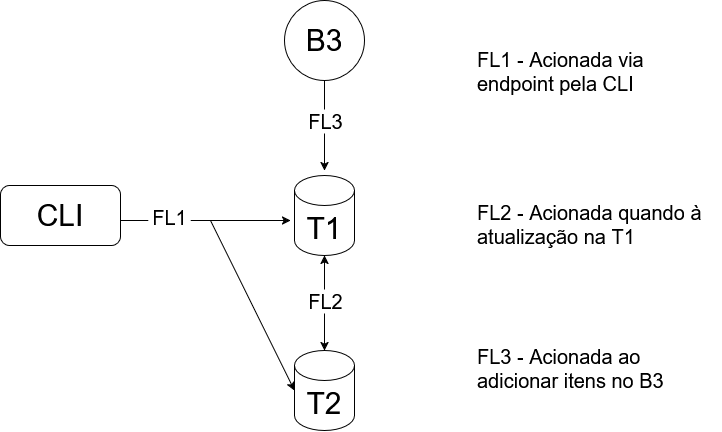
This is DiagramaEsquemaAws.drawio.png from RodPeroba/SeboAWS, a draw.io export, as it was before one commit. Source tidied: cells renumbered, new cells last; positions are measured from the earlier drawing's top-left corner, leaving out a move shared by most shapes.
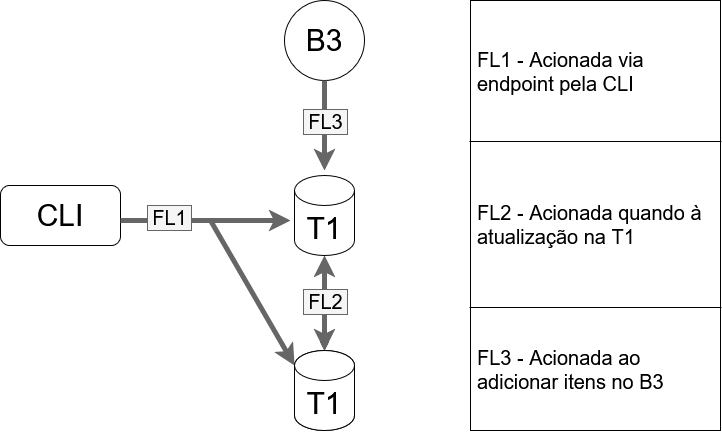
The same diagram one commit later.

Commit message:
Diagrama atualizado

Diagrama exibia errado em temas escuros

What changed in the source:
```diff
@@ -5,6 +5,9 @@
     <mxCell id="2" value="T2" style="shape=cylinder3;whiteSpace=wrap;html=1;boundedLbl=1;backgroundOutline=1;size=15;fontSize=30;" parent="1" vertex="1">
       <mxGeometry x="294" y="350" width="60" height="80" as="geometry" />
     </mxCell>
+    <mxCell id="20" style="edgeStyle=orthogonalEdgeStyle;rounded=0;jettySize=auto;html=1;defaultLabelBackgroundColor=page;labelPadding=0 4;" parent="1" edge="1" source="3" target="25">
+      <mxGeometry relative="1" as="geometry" />
+    </mxCell>
     <mxCell id="3" value="T1" style="shape=cylinder3;whiteSpace=wrap;html=1;boundedLbl=1;backgroundOutline=1;size=15;fontSize=30;" parent="1" vertex="1">
       <mxGeometry x="294" y="175" width="60" height="80" as="geometry" />
     </mxCell>
@@ -14,58 +17,61 @@
     <mxCell id="5" value="&lt;font style=&quot;font-size: 30px;&quot;&gt;CLI&lt;/font&gt;" style="rounded=1;whiteSpace=wrap;html=1;roundedPerimeter=1;" parent="1" vertex="1">
       <mxGeometry y="185" width="120" height="60" as="geometry" />
     </mxCell>
-    <mxCell id="6" style="endArrow=classic;html=1;rounded=0;defaultLabelBackgroundColor=page;labelPadding=0 4;" parent="1" edge="1">
-      <mxGeometry relative="1" as="geometry">
-        <mxPoint x="120" y="220" as="sourcePoint" />
-        <mxPoint x="290" y="220" as="targetPoint" />
-      </mxGeometry>
-    </mxCell>
+    <mxCell id="21" style="endArrow=classic;html=1;rounded=0;defaultLabelBackgroundColor=page;labelPadding=0 4;strokeWidth=5;strokeColor=#666666;fillColor=#f5f5f5;gradientColor=#b3b3b3;" parent="1" edge="1">
+      <mxGeometry relative="1" as="geometry">
+        <mxPoint x="120" y="220" as="sourcePoint" />
+        <mxPoint x="290" y="220" as="targetPoint" />
+      </mxGeometry>
+    </mxCell>
-    <mxCell id="7" value="FL1" style="edgeLabel;html=1;align=center;verticalAlign=middle;inheritText=fontFamily,fontColor,fontStyle,textOpacity,labelBorderColor,labelBorderWidth,labelBackgroundColor,defaultLabelBackgroundColor,labelPadding;defaultLabelBackgroundColor=page;labelPadding=0 4;fontSize=20;" parent="6" vertex="1">
+    <mxCell id="7" value="FL1" style="edgeLabel;html=1;align=center;verticalAlign=middle;inheritText=fontFamily,fontColor,fontStyle,textOpacity,labelBorderWidth,defaultLabelBackgroundColor,labelPadding;defaultLabelBackgroundColor=page;labelPadding=0 4;fontSize=20;labelBackgroundColor=#f5f5f5;labelBorderColor=#666666;" parent="21" vertex="1">
       <mxGeometry x="-0.43" y="4" relative="1" as="geometry" />
     </mxCell>
-    <mxCell id="8" style="endArrow=classic;html=1;rounded=0;defaultLabelBackgroundColor=page;labelPadding=0 4;entryX=0;entryY=0.5;entryDx=0;entryDy=0;entryPerimeter=0;" parent="1" edge="1" target="2">
-      <mxGeometry relative="1" as="geometry">
-        <mxPoint x="210" y="220" as="sourcePoint" />
-      </mxGeometry>
-    </mxCell>
+    <mxCell id="22" style="endArrow=classic;html=1;rounded=0;defaultLabelBackgroundColor=page;labelPadding=0 4;entryX=0;entryY=0;entryDx=0;entryDy=15;entryPerimeter=0;strokeWidth=5;strokeColor=#666666;fillColor=#f5f5f5;gradientColor=#b3b3b3;" parent="1" edge="1" target="2">
+      <mxGeometry relative="1" as="geometry">
+        <mxPoint x="210" y="220" as="sourcePoint" />
+      </mxGeometry>
+    </mxCell>
-    <mxCell id="9" style="endArrow=classic;startArrow=classic;html=1;rounded=0;defaultLabelBackgroundColor=page;labelPadding=0 4;exitX=0.5;exitY=0;exitDx=0;exitDy=0;exitPerimeter=0;entryX=0.5;entryY=1;entryDx=0;entryDy=0;entryPerimeter=0;" parent="1" edge="1" source="2" target="3">
+    <mxCell id="9" style="endArrow=classic;startArrow=classic;html=1;rounded=0;defaultLabelBackgroundColor=page;labelPadding=0 4;exitX=0.5;exitY=0;exitDx=0;exitDy=0;exitPerimeter=0;entryX=0.5;entryY=1;entryDx=0;entryDy=0;entryPerimeter=0;strokeWidth=5;strokeColor=#666666;fillColor=#f5f5f5;gradientColor=#b3b3b3;" parent="1" edge="1" source="2" target="3">
       <mxGeometry relative="1" as="geometry" />
     </mxCell>
-    <mxCell id="10" value="&lt;font style=&quot;font-size: 20px;&quot;&gt;FL2&lt;/font&gt;" style="edgeLabel;html=1;align=center;verticalAlign=middle;inheritText=1;defaultLabelBackgroundColor=page;labelPadding=0 4;" parent="9" vertex="1">
+    <mxCell id="10" value="&lt;font style=&quot;font-size: 20px;&quot;&gt;FL2&lt;/font&gt;" style="edgeLabel;html=1;align=center;verticalAlign=middle;inheritText=fontFamily,fontSize,fontColor,fontStyle,textOpacity,labelBorderWidth,defaultLabelBackgroundColor,labelPadding;defaultLabelBackgroundColor=page;labelPadding=0 4;labelBackgroundColor=#f5f5f5;labelBorderColor=#666666;" parent="9" vertex="1">
       <mxGeometry x="-0.03" y="1" relative="1" as="geometry">
         <mxPoint x="1" y="-4" as="offset" />
       </mxGeometry>
     </mxCell>
-    <mxCell id="11" style="endArrow=classic;html=1;rounded=0;defaultLabelBackgroundColor=page;labelPadding=0 4;exitX=0.5;exitY=1;exitDx=0;exitDy=0;fontSize=20;" parent="1" edge="1" source="4">
-      <mxGeometry relative="1" as="geometry">
-        <mxPoint x="324" y="170" as="targetPoint" />
-      </mxGeometry>
-    </mxCell>
+    <mxCell id="23" style="endArrow=classic;html=1;rounded=0;defaultLabelBackgroundColor=page;labelPadding=0 4;exitX=0.5;exitY=1;exitDx=0;exitDy=0;fontSize=20;strokeWidth=5;strokeColor=#666666;fillColor=#f5f5f5;gradientColor=#b3b3b3;" parent="1" edge="1" source="4">
+      <mxGeometry relative="1" as="geometry">
+        <mxPoint x="324" y="170" as="targetPoint" />
+      </mxGeometry>
+    </mxCell>
-    <mxCell id="12" value="FL3" style="edgeLabel;html=1;align=center;verticalAlign=middle;inheritText=1;fontSize=20;defaultLabelBackgroundColor=page;labelPadding=0 4;" parent="11" vertex="1">
+    <mxCell id="12" value="FL3" style="edgeLabel;html=1;align=center;verticalAlign=middle;inheritText=fontFamily,fontSize,fontColor,fontStyle,textOpacity,labelBorderWidth,defaultLabelBackgroundColor,labelPadding;fontSize=20;defaultLabelBackgroundColor=page;labelPadding=0 4;labelBackgroundColor=#f5f5f5;labelBorderColor=#666666;" parent="23" vertex="1">
       <mxGeometry x="0.18" y="-2" relative="1" as="geometry">
         <mxPoint x="2" y="-13" as="offset" />
       </mxGeometry>
     </mxCell>
-    <mxCell id="13" style="shape=table;tableRender=collapsed;startSize=0;fontSize=13;fillColor=none;strokeColor=none;" parent="1" vertex="1">
-      <mxGeometry x="470" width="250" height="430" as="geometry" />
-    </mxCell>
+    <mxCell id="24" style="shape=table;tableRender=collapsed;startSize=0;fontSize=13;" parent="1" vertex="1">
+      <mxGeometry x="470" width="250" height="430" as="geometry" />
+    </mxCell>
-    <mxCell id="14" style="shape=tableRow;horizontal=0;startSize=0;swimlaneHead=0;swimlaneBody=0;strokeColor=inherit;fillColor=none;fontSize=16;" parent="13" vertex="1">
+    <mxCell id="14" style="shape=tableRow;horizontal=0;startSize=0;swimlaneHead=0;swimlaneBody=0;strokeColor=inherit;fillColor=none;fontSize=16;" parent="24" vertex="1">
       <mxGeometry width="250" height="141" as="geometry" />
     </mxCell>
     <mxCell id="15" value="&lt;font style=&quot;font-size: 20px;&quot;&gt;FL1 - Acionada via endpoint pela CLI&lt;/font&gt;" style="shape=partialRectangle;html=1;whiteSpace=wrap;strokeColor=inherit;overflow=hidden;fillColor=none;fontSize=12;align=left;spacingLeft=5;" parent="14" vertex="1">
       <mxGeometry width="250" height="141" as="geometry" />
     </mxCell>
-    <mxCell id="16" style="shape=tableRow;horizontal=0;startSize=0;swimlaneHead=0;swimlaneBody=0;strokeColor=inherit;fillColor=none;fontSize=16;" parent="13" vertex="1">
+    <mxCell id="16" style="shape=tableRow;horizontal=0;startSize=0;swimlaneHead=0;swimlaneBody=0;strokeColor=inherit;fillColor=none;fontSize=16;" parent="24" vertex="1">
       <mxGeometry y="141" width="250" height="166" as="geometry" />
     </mxCell>
     <mxCell id="17" value="&lt;font style=&quot;font-size: 20px;&quot;&gt;FL2 - Acionada quando à atualização na T1&lt;/font&gt;" style="shape=partialRectangle;html=1;whiteSpace=wrap;strokeColor=inherit;overflow=hidden;fillColor=none;fontSize=12;align=left;spacingLeft=5;" parent="16" vertex="1">
       <mxGeometry width="250" height="166" as="geometry" />
     </mxCell>
-    <mxCell id="18" style="shape=tableRow;horizontal=0;startSize=0;swimlaneHead=0;swimlaneBody=0;strokeColor=inherit;fillColor=none;fontSize=16;" parent="13" vertex="1">
+    <mxCell id="18" style="shape=tableRow;horizontal=0;startSize=0;swimlaneHead=0;swimlaneBody=0;strokeColor=inherit;fillColor=none;fontSize=16;" parent="24" vertex="1">
       <mxGeometry y="307" width="250" height="123" as="geometry" />
     </mxCell>
     <mxCell id="19" value="&lt;font style=&quot;font-size: 20px;&quot;&gt;FL3 - Acionada ao adicionar itens no B3&lt;/font&gt;" style="shape=partialRectangle;html=1;whiteSpace=wrap;strokeColor=inherit;overflow=hidden;fillColor=none;fontSize=12;align=left;spacingLeft=5;" parent="18" vertex="1">
       <mxGeometry width="250" height="123" as="geometry" />
     </mxCell>
+    <mxCell id="25" value="T1" style="shape=cylinder3;whiteSpace=wrap;html=1;boundedLbl=1;backgroundOutline=1;size=15;fontSize=30;" parent="1" vertex="1">
+      <mxGeometry x="294" y="350" width="60" height="80" as="geometry" />
+    </mxCell>
   </root>
 </mxGraphModel>
```
